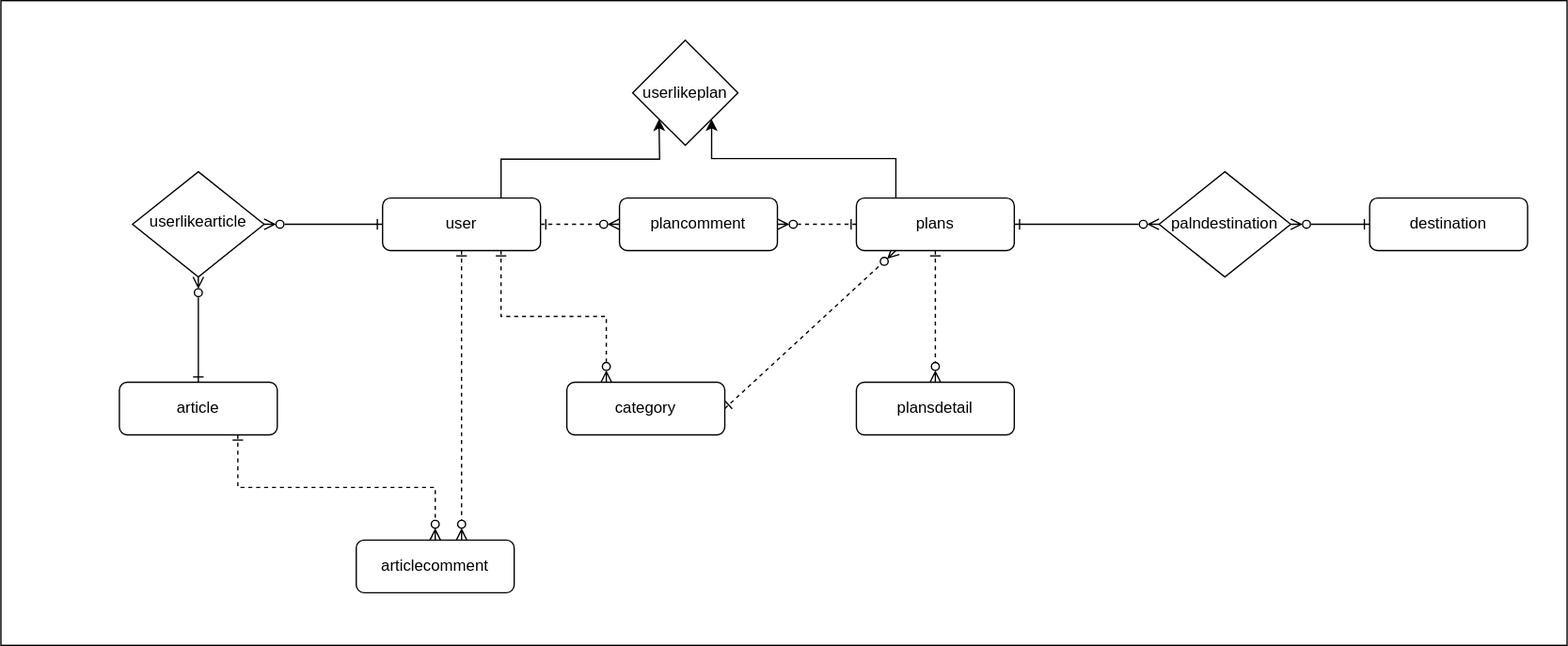
This is imgs/ERD.drawio.svg from tripwith-dev/tripwith, a draw.io export, as it was before one commit. Source tidied: cells renumbered, new cells last; positions are measured from the earlier drawing's top-left corner, leaving out a move shared by most shapes.
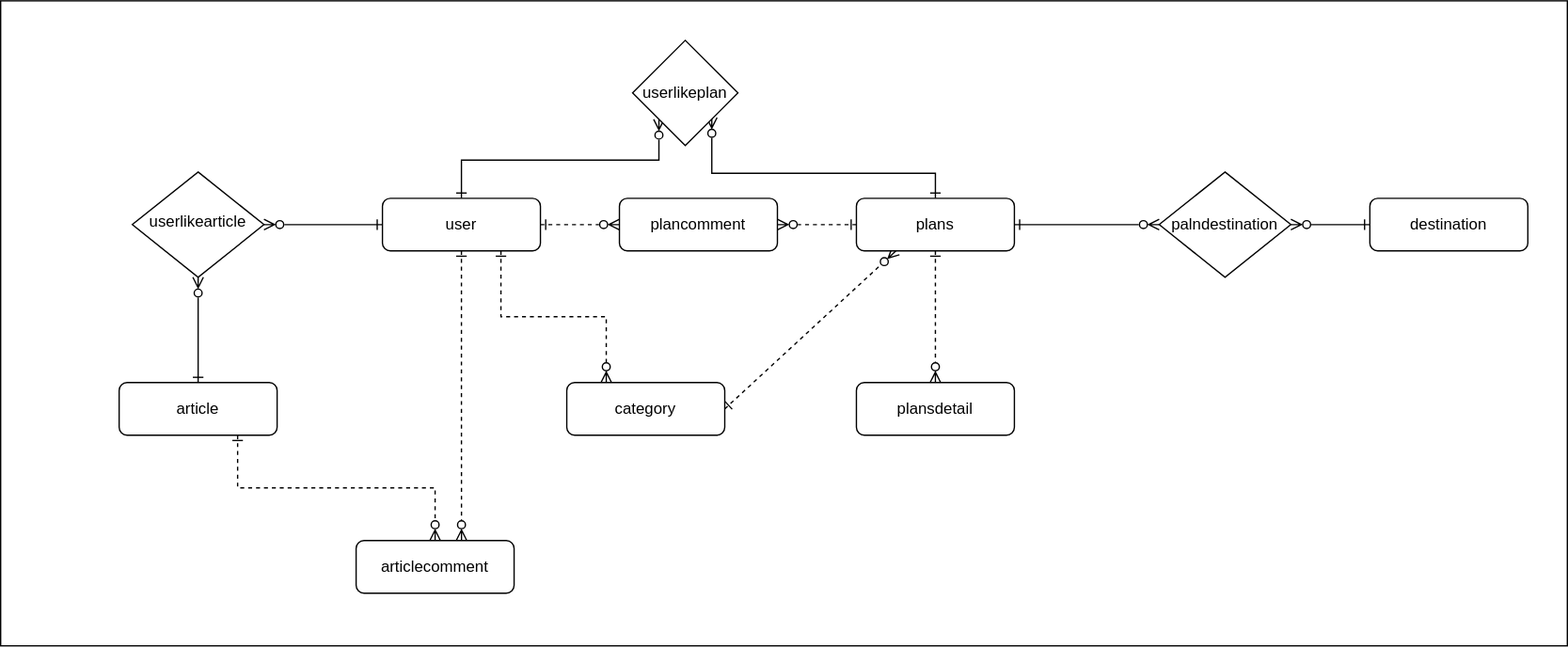
The same diagram one commit later.

Commit message:
docs: update user like plans

Diff of the diagram source:
```diff
@@ -11,9 +11,13 @@
     <mxCell id="4" style="edgeStyle=orthogonalEdgeStyle;rounded=0;jettySize=auto;html=1;exitX=0.75;exitY=1;exitDx=0;exitDy=0;entryX=0.25;entryY=0;entryDx=0;entryDy=0;endArrow=ERzeroToMany;endFill=0;startArrow=ERone;startFill=0;dashed=1;" parent="1" edge="1" source="6" target="11">
       <mxGeometry relative="1" as="geometry" />
     </mxCell>
-    <mxCell id="5" style="edgeStyle=orthogonalEdgeStyle;rounded=0;jettySize=auto;html=1;exitX=0.75;exitY=0;exitDx=0;exitDy=0;entryX=0.25;entryY=1;entryDx=0;entryDy=0;" parent="1" edge="1" source="6">
+    <mxCell id="5" style="edgeStyle=orthogonalEdgeStyle;rounded=0;jettySize=auto;html=1;exitX=0.5;exitY=0;exitDx=0;exitDy=0;entryX=0.25;entryY=1;entryDx=0;entryDy=0;endArrow=ERzeroToMany;endFill=0;startArrow=ERone;startFill=0;" parent="1" edge="1" source="6">
       <mxGeometry relative="1" as="geometry">
         <mxPoint x="500" y="90" as="targetPoint" />
+        <Array as="points">
+          <mxPoint x="350" y="121" />
+          <mxPoint x="500" y="121" />
+        </Array>
       </mxGeometry>
     </mxCell>
     <mxCell id="6" value="user" style="rounded=1;whiteSpace=wrap;html=1;fontSize=12;glass=0;strokeWidth=1;shadow=0;" parent="1" vertex="1">
@@ -34,11 +38,11 @@
     <mxCell id="11" value="category" style="rounded=1;whiteSpace=wrap;html=1;fontSize=12;glass=0;strokeWidth=1;shadow=0;" parent="1" vertex="1">
       <mxGeometry x="430" y="290" width="120" height="40" as="geometry" />
     </mxCell>
-    <mxCell id="12" style="edgeStyle=orthogonalEdgeStyle;rounded=0;jettySize=auto;html=1;exitX=0.25;exitY=0;exitDx=0;exitDy=0;entryX=1;entryY=1;entryDx=0;entryDy=0;" parent="1" edge="1" source="16" target="24">
+    <mxCell id="12" style="edgeStyle=orthogonalEdgeStyle;rounded=0;jettySize=auto;html=1;exitX=0.5;exitY=0;exitDx=0;exitDy=0;entryX=0.752;entryY=0.733;entryDx=0;entryDy=0;endArrow=ERzeroToMany;endFill=0;startArrow=ERone;startFill=0;entryPerimeter=0;" parent="1" edge="1" source="16" target="24">
       <mxGeometry relative="1" as="geometry">
         <Array as="points">
-          <mxPoint x="680" y="120" />
-          <mxPoint x="540" y="120" />
+          <mxPoint x="710" y="131" />
+          <mxPoint x="540" y="131" />
         </Array>
       </mxGeometry>
     </mxCell>
```
